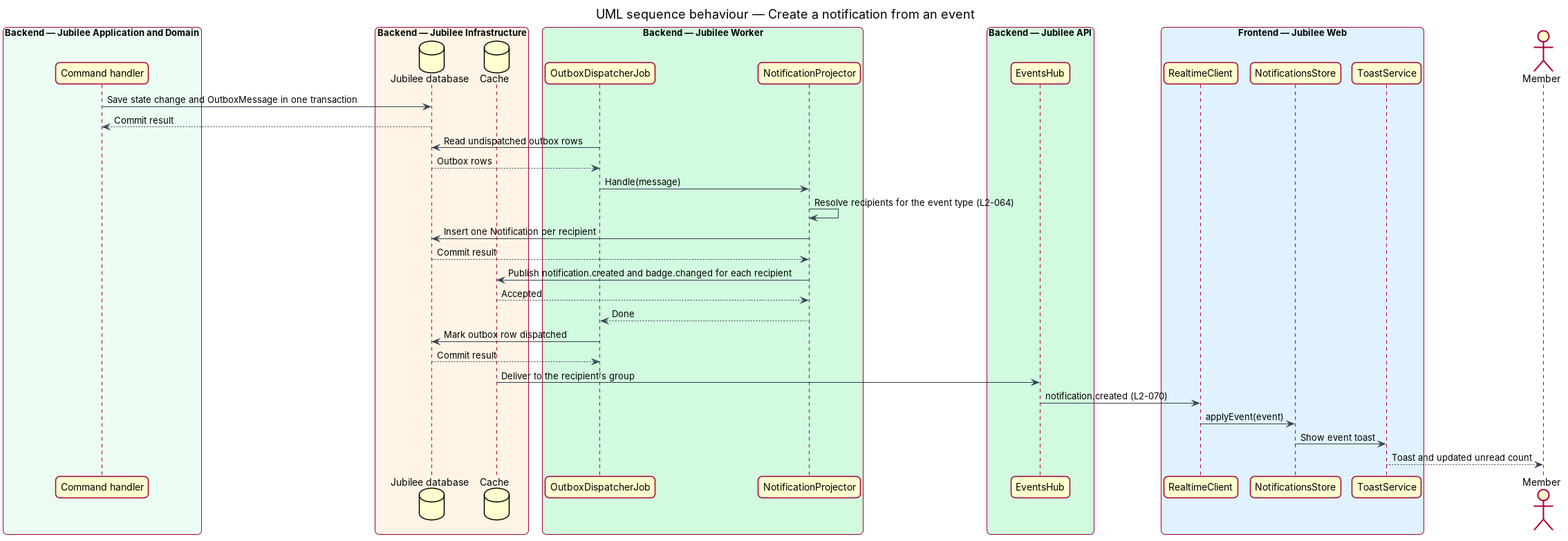
Above: docs/detailed-designs/notifications/view-notification-centre/diagrams/sequence-create-notification.png in QuinntyneBrown/jubilee (PlantUML), before the change. Its source is kept beside it as docs/detailed-designs/notifications/view-notification-centre/diagrams/sequence-create-notification.puml. Its diagram source:
```plantuml
@startuml
title UML sequence behaviour — Create a notification from an event
skinparam backgroundColor #FFFFFF
skinparam shadowing false
skinparam roundcorner 12
skinparam defaultFontName Arial
skinparam ArrowColor #344054
skinparam rectangle {
  BorderColor #344054
  FontColor #101828
}
skinparam package {
  BorderColor #667085
  FontColor #101828
  BackgroundColor #F9FAFB
}
box "Backend — Jubilee Application and Domain" #ECFDF3
  participant "Command handler" as handler
end box
box "Backend — Jubilee Infrastructure" #FFF4E5
  database "Jubilee database" as db
  database "Cache" as cache
end box
box "Backend — Jubilee Worker" #D1FADF
  participant "OutboxDispatcherJob" as job
  participant "NotificationProjector" as proj
end box
box "Backend — Jubilee API" #D1FADF
  participant "EventsHub" as hub
end box
box "Frontend — Jubilee Web" #E0F2FE
  participant "RealtimeClient" as rt
  participant "NotificationsStore" as store
  participant "ToastService" as toast
end box
actor "Member" as member
handler -> db : Save state change and OutboxMessage in one transaction
db --> handler : Commit result
job -> db : Read undispatched outbox rows
db --> job : Outbox rows
job -> proj : Handle(message)
proj -> proj : Resolve recipients for the event type (L2-064)
proj -> db : Insert one Notification per recipient
db --> proj : Commit result
proj -> cache : Publish notification.created and badge.changed for each recipient
cache --> proj : Accepted
proj --> job : Done
job -> db : Mark outbox row dispatched
db --> job : Commit result
cache -> hub : Deliver to the recipient's group
hub -> rt : notification.created (L2-070)
rt -> store : applyEvent(event)
store -> toast : Show event toast
toast --> member : Toast and updated unread count
@enduml
```
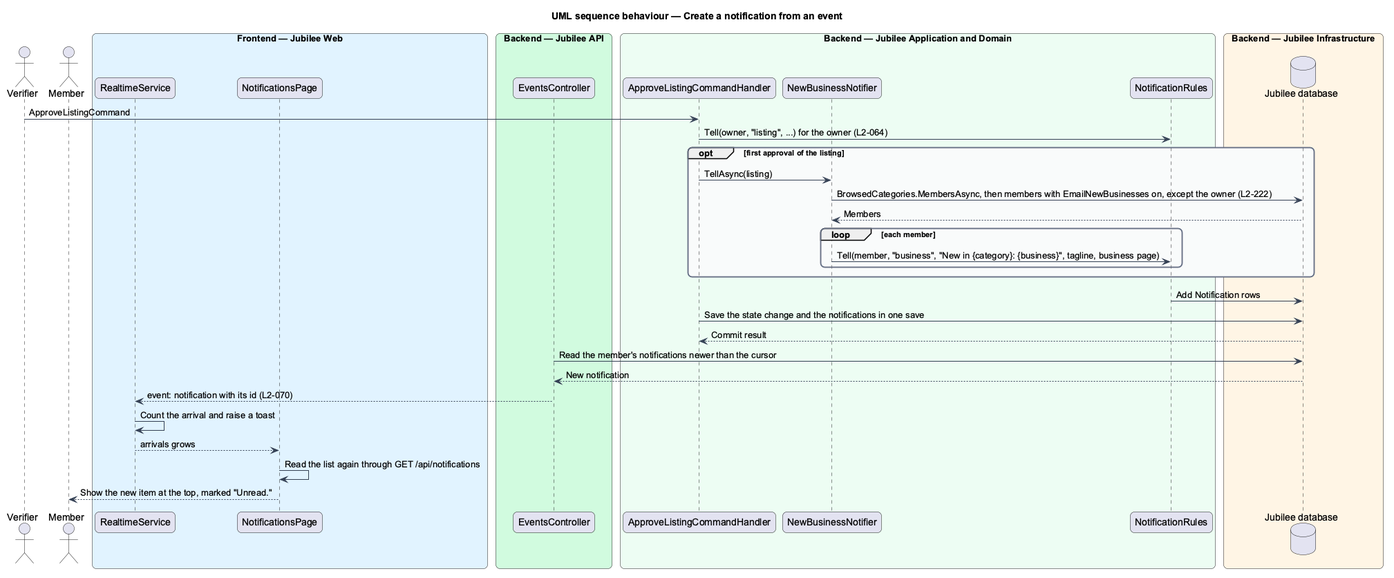
The same file after the commit.

What changed in the source:
```diff
@@ -14,42 +14,41 @@
   FontColor #101828
   BackgroundColor #F9FAFB
 }
+actor "Verifier" as verifier
+actor "Member" as member
+box "Frontend — Jubilee Web" #E0F2FE
+  participant "RealtimeService" as rt
+  participant "NotificationsPage" as page
+end box
+box "Backend — Jubilee API" #D1FADF
+  participant "EventsController" as events
+end box
 box "Backend — Jubilee Application and Domain" #ECFDF3
-  participant "Command handler" as handler
+  participant "ApproveListingCommandHandler" as handler
+  participant "NewBusinessNotifier" as notifier
+  participant "NotificationRules" as rules
 end box
 box "Backend — Jubilee Infrastructure" #FFF4E5
   database "Jubilee database" as db
-  database "Cache" as cache
 end box
-box "Backend — Jubilee Worker" #D1FADF
-  participant "OutboxDispatcherJob" as job
-  participant "NotificationProjector" as proj
-end box
-box "Backend — Jubilee API" #D1FADF
-  participant "EventsHub" as hub
-end box
-box "Frontend — Jubilee Web" #E0F2FE
-  participant "RealtimeClient" as rt
-  participant "NotificationsStore" as store
-  participant "ToastService" as toast
-end box
-actor "Member" as member
-handler -> db : Save state change and OutboxMessage in one transaction
+verifier -> handler : ApproveListingCommand
+handler -> rules : Tell(owner, "listing", ...) for the owner (L2-064)
+opt first approval of the listing
+  handler -> notifier : TellAsync(listing)
+  notifier -> db : BrowsedCategories.MembersAsync, then members with EmailNewBusinesses on, except the owner (L2-222)
+  db --> notifier : Members
+  loop each member
+    notifier -> rules : Tell(member, "business", "New in {category}: {business}", tagline, business page)
+  end
+end
+rules -> db : Add Notification rows
+handler -> db : Save the state change and the notifications in one save
 db --> handler : Commit result
-job -> db : Read undispatched outbox rows
-db --> job : Outbox rows
-job -> proj : Handle(message)
-proj -> proj : Resolve recipients for the event type (L2-064)
-proj -> db : Insert one Notification per recipient
-db --> proj : Commit result
-proj -> cache : Publish notification.created and badge.changed for each recipient
-cache --> proj : Accepted
-proj --> job : Done
-job -> db : Mark outbox row dispatched
-db --> job : Commit result
-cache -> hub : Deliver to the recipient's group
-hub -> rt : notification.created (L2-070)
-rt -> store : applyEvent(event)
-store -> toast : Show event toast
-toast --> member : Toast and updated unread count
+events -> db : Read the member's notifications newer than the cursor
+db --> events : New notification
+events --> rt : event: notification with its id (L2-070)
+rt -> rt : Count the arrival and raise a toast
+rt --> page : arrivals grows
+page -> page : Read the list again through GET /api/notifications
+page --> member : Show the new item at the top, marked "Unread."
 @enduml
```
